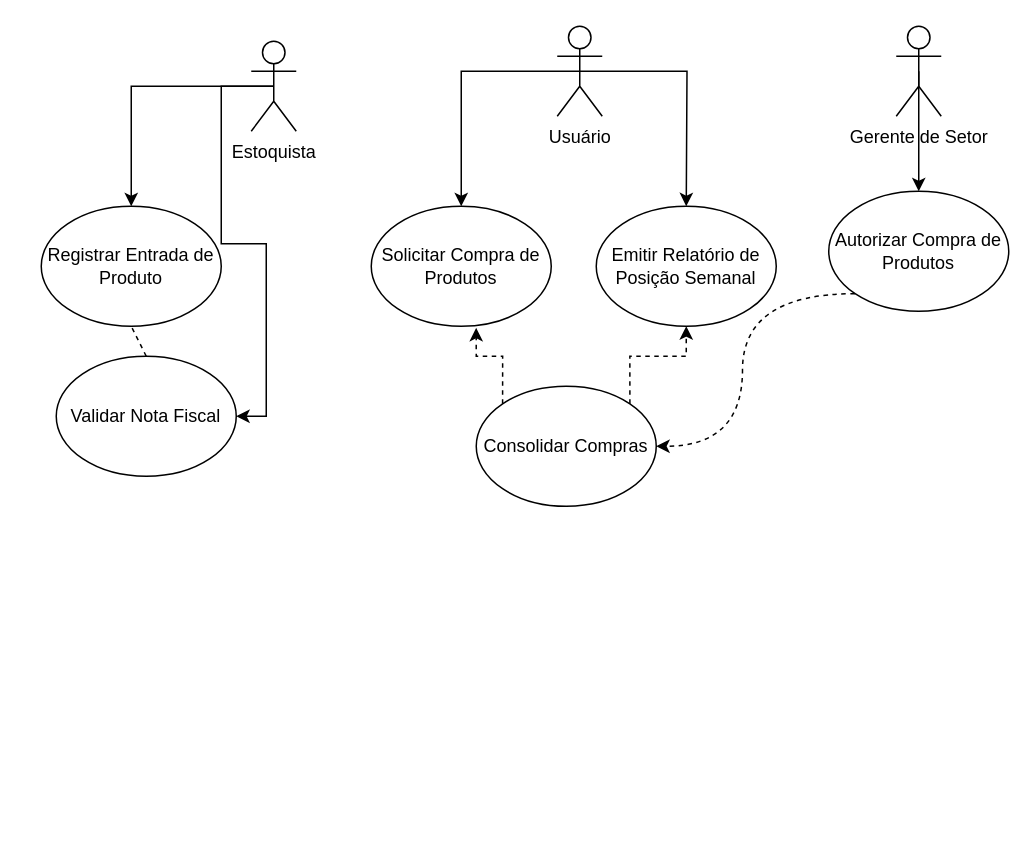
The draw.io diagram Diagrama sem nome.drawio in Meeps0/git, before the edit. Source tidied: cells renumbered, new cells numbered last; positions are measured from the earlier drawing's top-left corner, leaving out a move shared by most shapes. Both pictures are drawn from the tidied source at 150%, with x=0, y=0 at pixel (40, 26).
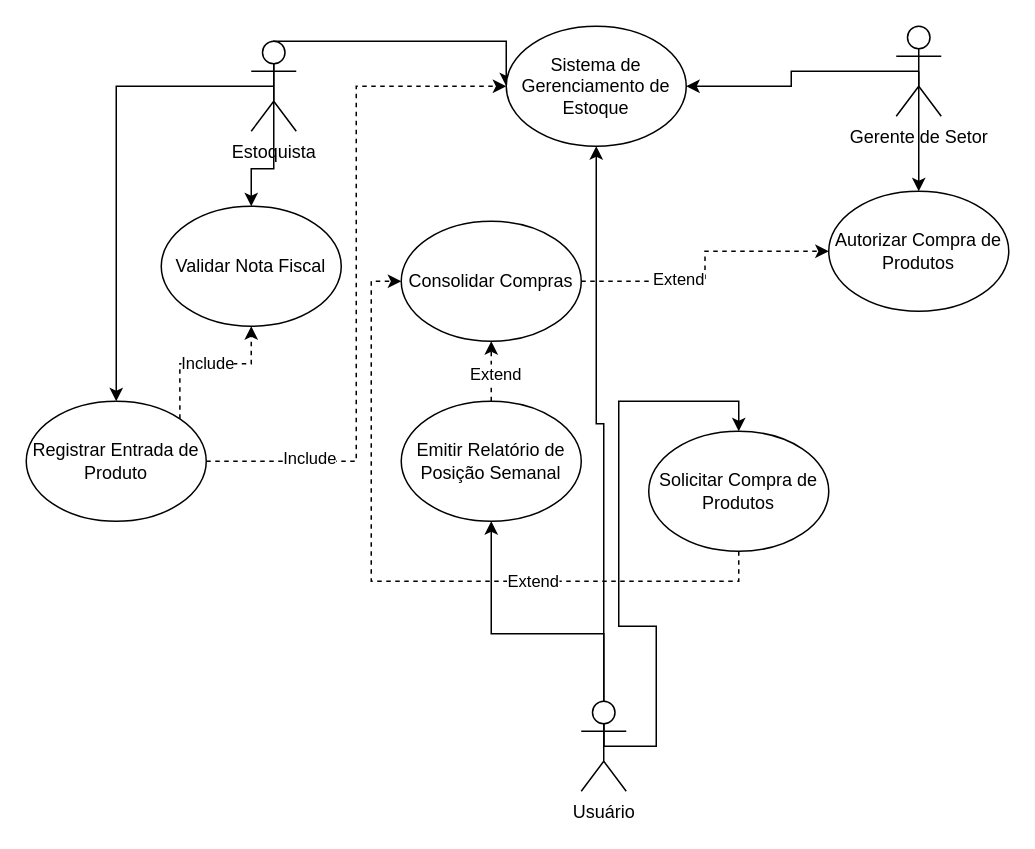
The same diagram, later.

Unchanged cells that the change refers to:
```xml
<mxCell id="4" value="Estoquista" style="shape=umlActor;verticalLabelPosition=bottom;verticalAlign=top;html=1;outlineConnect=0;" parent="1" vertex="1">
  <mxGeometry x="140" y="10" width="30" height="60" as="geometry" />
</mxCell>
<mxCell id="10" value="Gerente de Setor&lt;div&gt;&lt;br&gt;&lt;/div&gt;" style="shape=umlActor;verticalLabelPosition=bottom;verticalAlign=top;html=1;outlineConnect=0;" parent="1" vertex="1">
  <mxGeometry x="570" width="30" height="60" as="geometry" />
</mxCell>
<mxCell id="16" value="Autorizar Compra de Produtos" style="ellipse;whiteSpace=wrap;html=1;" parent="1" vertex="1">
  <mxGeometry x="525" y="110" width="120" height="80" as="geometry" />
</mxCell>
```

What changed in the source:
```diff
@@
-    <mxCell id="3" style="edgeStyle=orthogonalEdgeStyle;rounded=0;jettySize=auto;html=1;exitX=0.5;exitY=0.5;exitDx=0;exitDy=0;exitPerimeter=0;entryX=1;entryY=0.5;entryDx=0;entryDy=0;" parent="1" edge="1" source="4" target="12">
+    <mxCell id="3" style="edgeStyle=orthogonalEdgeStyle;rounded=0;jettySize=auto;html=1;exitX=0.5;exitY=0.5;exitDx=0;exitDy=0;exitPerimeter=0;entryX=0.5;entryY=0;entryDx=0;entryDy=0;" parent="1" edge="1" source="4" target="12">
       <mxGeometry relative="1" as="geometry" />
     </mxCell>
+    <mxCell id="21" style="edgeStyle=orthogonalEdgeStyle;rounded=0;jettySize=auto;html=1;exitX=0.5;exitY=0.5;exitDx=0;exitDy=0;exitPerimeter=0;entryX=0;entryY=0.5;entryDx=0;entryDy=0;" parent="1" edge="1" source="4" target="34">
+      <mxGeometry relative="1" as="geometry">
+        <Array as="points">
+          <mxPoint x="155" y="10" />
+          <mxPoint x="310" y="10" />
+        </Array>
+      </mxGeometry>
+    </mxCell>
@@
-    <mxCell id="7" style="edgeStyle=orthogonalEdgeStyle;rounded=0;jettySize=auto;html=1;exitX=0.5;exitY=0.5;exitDx=0;exitDy=0;exitPerimeter=0;" parent="1" edge="1" source="8">
-      <mxGeometry relative="1" as="geometry">
-        <mxPoint x="430" y="120" as="targetPoint" />
-      </mxGeometry>
-    </mxCell>
+    <mxCell id="22" style="edgeStyle=orthogonalEdgeStyle;rounded=0;jettySize=auto;html=1;exitX=0.5;exitY=0.5;exitDx=0;exitDy=0;exitPerimeter=0;" parent="1" edge="1" source="8" target="34">
+      <mxGeometry relative="1" as="geometry" />
+    </mxCell>
+    <mxCell id="23" style="edgeStyle=elbowEdgeStyle;rounded=0;jettySize=auto;html=1;exitX=0.5;exitY=0.5;exitDx=0;exitDy=0;exitPerimeter=0;entryX=0.5;entryY=1;entryDx=0;entryDy=0;" parent="1" edge="1" source="8" target="13">
+      <mxGeometry relative="1" as="geometry" />
+    </mxCell>
     <mxCell id="8" value="Usuário" style="shape=umlActor;verticalLabelPosition=bottom;verticalAlign=top;html=1;outlineConnect=0;" parent="1" vertex="1">
-      <mxGeometry x="344" width="30" height="60" as="geometry" />
+      <mxGeometry x="360" y="450" width="30" height="60" as="geometry" />
     </mxCell>
@@
+    <mxCell id="24" style="edgeStyle=orthogonalEdgeStyle;rounded=0;jettySize=auto;html=1;exitX=0.5;exitY=0.5;exitDx=0;exitDy=0;exitPerimeter=0;entryX=1;entryY=0.5;entryDx=0;entryDy=0;" parent="1" edge="1" source="10" target="34">
+      <mxGeometry relative="1" as="geometry" />
+    </mxCell>
@@
+    <mxCell id="25" style="edgeStyle=orthogonalEdgeStyle;rounded=0;jettySize=auto;html=1;exitX=1;exitY=0.5;exitDx=0;exitDy=0;entryX=0;entryY=0.5;entryDx=0;entryDy=0;dashed=1;" parent="1" edge="1" source="11" target="34">
+      <mxGeometry relative="1" as="geometry" />
+    </mxCell>
+    <mxCell id="26" value="Include" style="edgeLabel;html=1;align=center;verticalAlign=middle;" parent="25" vertex="1">
+      <mxGeometry x="-0.7" y="3" relative="1" as="geometry" />
+    </mxCell>
+    <mxCell id="27" value="Include" style="edgeStyle=orthogonalEdgeStyle;rounded=0;jettySize=auto;html=1;exitX=1;exitY=0;exitDx=0;exitDy=0;entryX=0.5;entryY=1;entryDx=0;entryDy=0;dashed=1;" parent="1" edge="1" source="11" target="12">
+      <mxGeometry relative="1" as="geometry" />
+    </mxCell>
     <mxCell id="11" value="Registrar Entrada de Produto" style="ellipse;whiteSpace=wrap;html=1;" parent="1" vertex="1">
-      <mxGeometry y="120" width="120" height="80" as="geometry" />
+      <mxGeometry x="-10" y="250" width="120" height="80" as="geometry" />
     </mxCell>
     <mxCell id="12" value="Validar Nota Fiscal" style="ellipse;whiteSpace=wrap;html=1;" parent="1" vertex="1">
-      <mxGeometry x="10" y="220" width="120" height="80" as="geometry" />
+      <mxGeometry x="80" y="120" width="120" height="80" as="geometry" />
     </mxCell>
+    <mxCell id="28" style="edgeStyle=orthogonalEdgeStyle;rounded=0;jettySize=auto;html=1;exitX=0.5;exitY=0;exitDx=0;exitDy=0;entryX=0.5;entryY=1;entryDx=0;entryDy=0;dashed=1;" parent="1" edge="1" source="13" target="18">
+      <mxGeometry relative="1" as="geometry" />
+    </mxCell>
+    <mxCell id="29" value="Extend" style="edgeLabel;html=1;align=center;verticalAlign=middle;" parent="28" vertex="1">
+      <mxGeometry x="-0.05" y="-2" relative="1" as="geometry" />
+    </mxCell>
     <mxCell id="13" value="Emitir Relatório de Posição Semanal" style="ellipse;whiteSpace=wrap;html=1;" parent="1" vertex="1">
-      <mxGeometry x="370" y="120" width="120" height="80" as="geometry" />
+      <mxGeometry x="240" y="250" width="120" height="80" as="geometry" />
     </mxCell>
+    <mxCell id="30" style="rounded=0;jettySize=auto;html=1;exitX=0.5;exitY=1;exitDx=0;exitDy=0;entryX=0;entryY=0.5;entryDx=0;entryDy=0;edgeStyle=orthogonalEdgeStyle;elbow=vertical;dashed=1;" parent="1" edge="1" source="14" target="18">
+      <mxGeometry relative="1" as="geometry" />
+    </mxCell>
+    <mxCell id="31" value="Extend" style="edgeLabel;html=1;align=center;verticalAlign=middle;" parent="30" vertex="1">
+      <mxGeometry x="-0.35" y="-1" relative="1" as="geometry" />
+    </mxCell>
     <mxCell id="14" value="Solicitar Compra de Produtos" style="ellipse;whiteSpace=wrap;html=1;" parent="1" vertex="1">
-      <mxGeometry x="220" y="120" width="120" height="80" as="geometry" />
+      <mxGeometry x="405" y="270" width="120" height="80" as="geometry" />
     </mxCell>
-    <mxCell id="15" style="edgeStyle=orthogonalEdgeStyle;rounded=0;jettySize=auto;html=1;exitX=0;exitY=1;exitDx=0;exitDy=0;entryX=1;entryY=0.5;entryDx=0;entryDy=0;dashed=1;curved=1;" parent="1" edge="1" source="16" target="18">
-      <mxGeometry relative="1" as="geometry" />
-    </mxCell>
@@
-    <mxCell id="17" style="edgeStyle=orthogonalEdgeStyle;rounded=0;jettySize=auto;html=1;exitX=1;exitY=0;exitDx=0;exitDy=0;entryX=0.5;entryY=1;entryDx=0;entryDy=0;dashed=1;" parent="1" edge="1" source="18" target="13">
-      <mxGeometry relative="1" as="geometry" />
-    </mxCell>
+    <mxCell id="32" style="edgeStyle=orthogonalEdgeStyle;rounded=0;jettySize=auto;html=1;exitX=1;exitY=0.5;exitDx=0;exitDy=0;entryX=0;entryY=0.5;entryDx=0;entryDy=0;dashed=1;" parent="1" edge="1" source="18" target="16">
+      <mxGeometry relative="1" as="geometry" />
+    </mxCell>
+    <mxCell id="33" value="Extend" style="edgeLabel;html=1;align=center;verticalAlign=middle;" parent="32" vertex="1">
+      <mxGeometry x="-0.31" y="2" relative="1" as="geometry" />
+    </mxCell>
     <mxCell id="18" value="Consolidar Compras" style="ellipse;whiteSpace=wrap;html=1;" parent="1" vertex="1">
-      <mxGeometry x="290" y="240" width="120" height="80" as="geometry" />
+      <mxGeometry x="240" y="130" width="120" height="80" as="geometry" />
     </mxCell>
-    <mxCell id="19" style="endArrow=none;dashed=1;html=1;rounded=0;entryX=0.5;entryY=1;entryDx=0;entryDy=0;exitX=0.5;exitY=0;exitDx=0;exitDy=0;" parent="1" edge="1" source="12" target="11">
-      <mxGeometry relative="1" as="geometry" />
-    </mxCell>
-    <mxCell id="20" style="edgeStyle=orthogonalEdgeStyle;rounded=0;jettySize=auto;html=1;exitX=0;exitY=0;exitDx=0;exitDy=0;entryX=0.583;entryY=1.013;entryDx=0;entryDy=0;entryPerimeter=0;dashed=1;" parent="1" edge="1" source="18" target="14">
-      <mxGeometry relative="1" as="geometry" />
-    </mxCell>
+    <mxCell id="34" value="Sistema de Gerenciamento de Estoque" style="ellipse;whiteSpace=wrap;html=1;" parent="1" vertex="1">
+      <mxGeometry x="310" width="120" height="80" as="geometry" />
+    </mxCell>
```
